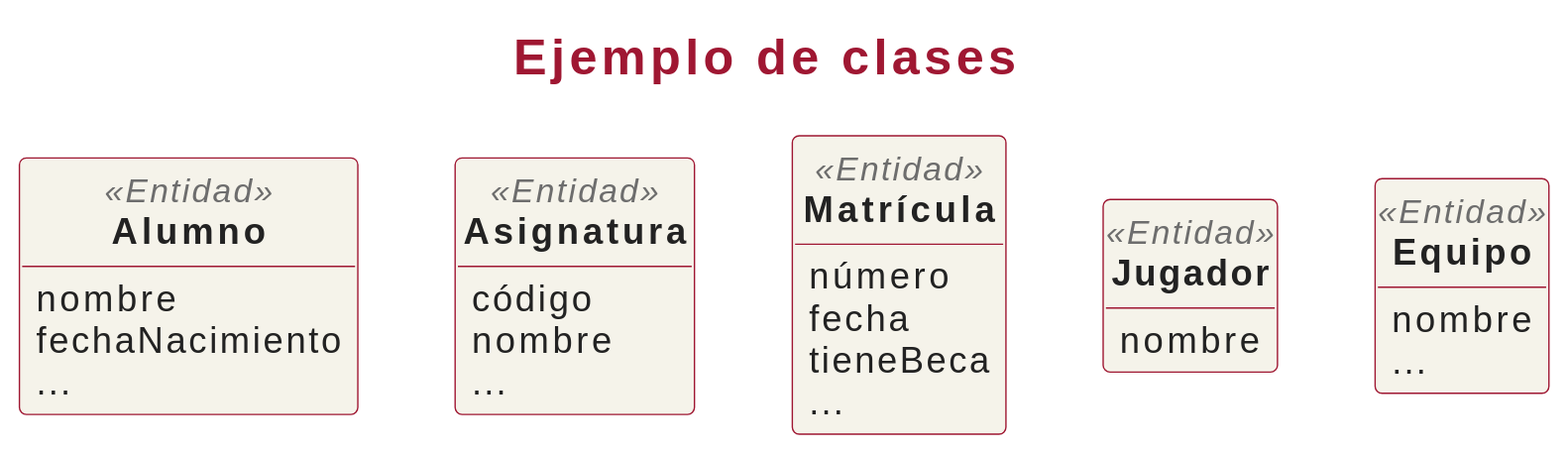
Above: assets/slides/iissi1/t6-introduccion-al-modelado-conceptual/puml/dc-ejemplo-clases.svg in IISSI-US/web (PlantUML), before the change.
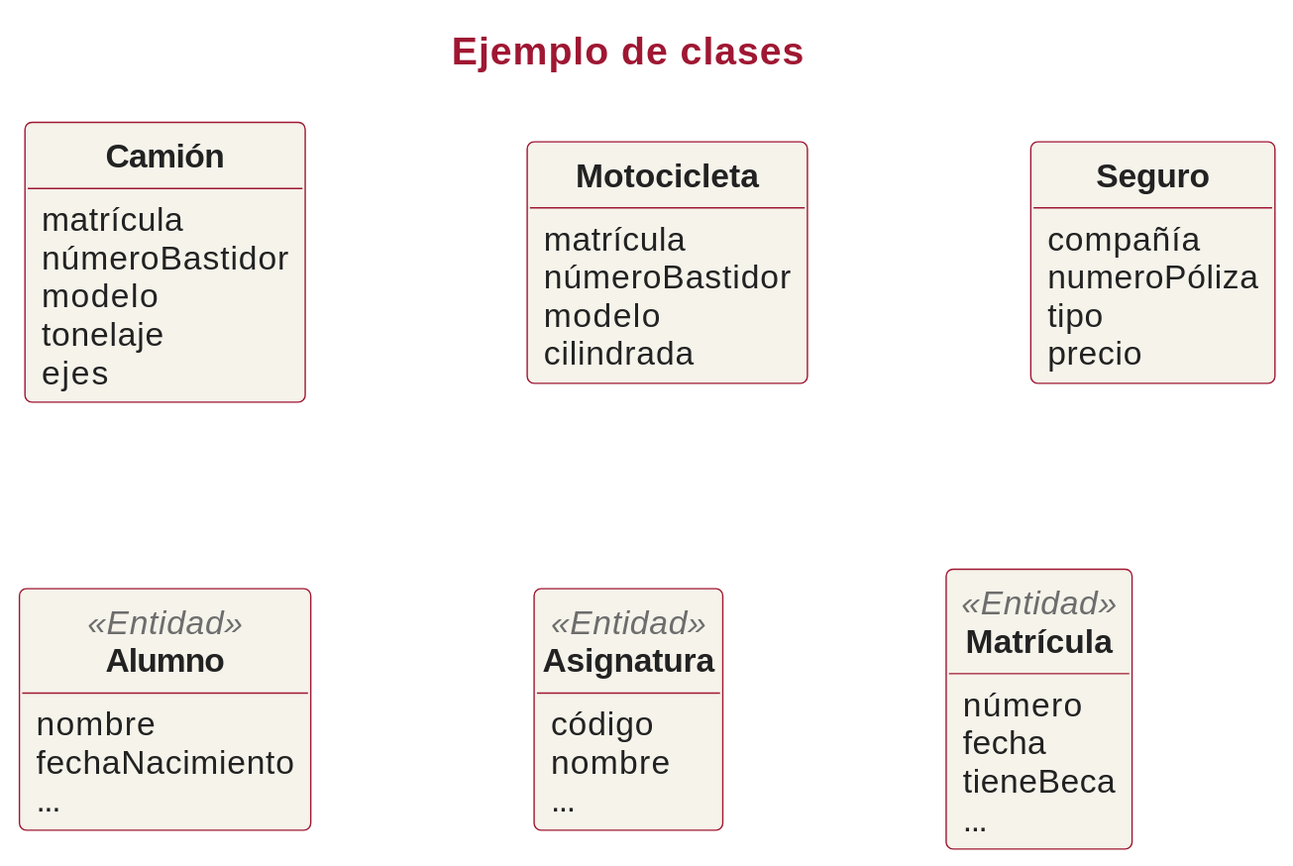
The same file after the commit.

Change to the diagram source:
```diff
@@ -2,12 +2,12 @@
 title Ejemplo de clases
 !include ../../puml/teoria.iuml
 
+!include Camion.iuml
+!include Motocicleta.iuml
+!include Seguro.iuml
 !include Alumno.iuml
 !include Asignatura.iuml
 !include Matricula.iuml
-!include Jugador.iuml
-!include Equipo.iuml
 
-Alumno -[hidden]> Asignatura
-Asignatura -[hidden]> Matrícula
+
 @enduml
```
